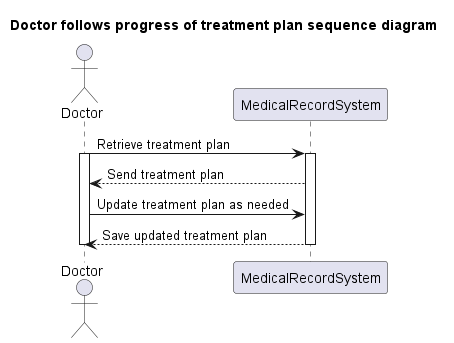
Above: Lab1.2/Sequence diagram/follow progress of treatment plan_seq.png in baonehe/SE357-Pratice-class (PlantUML), before the change. Source of this version:
```plantuml
@startuml
title Doctor follows progress of treatment plan sequence diagram

Actor Doctor
participant MedicalRecordSystem

Doctor -> MedicalRecordSystem : Retrieve treatment plan
activate Doctor
activate MedicalRecordSystem
MedicalRecordSystem --> Doctor : Send treatment plan
Doctor -> MedicalRecordSystem : Update treatment plan as needed
MedicalRecordSystem --> Doctor : Save updated treatment plan
deactivate MedicalRecordSystem
deactivate Doctor
@enduml
```
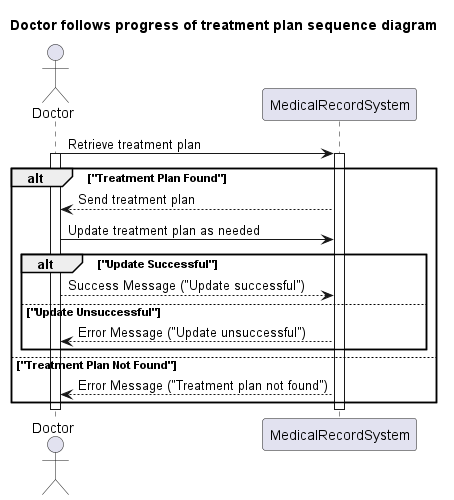
After the change.

Change to the diagram source:
```diff
@@ -1,15 +1,25 @@
 @startuml
 title Doctor follows progress of treatment plan sequence diagram
 
-Actor Doctor
+actor Doctor
 participant MedicalRecordSystem
 
-Doctor -> MedicalRecordSystem : Retrieve treatment plan
-activate Doctor
-activate MedicalRecordSystem
-MedicalRecordSystem --> Doctor : Send treatment plan
-Doctor -> MedicalRecordSystem : Update treatment plan as needed
-MedicalRecordSystem --> Doctor : Save updated treatment plan
-deactivate MedicalRecordSystem
-deactivate Doctor
+
+  Doctor -> MedicalRecordSystem : Retrieve treatment plan
+  activate Doctor
+  activate MedicalRecordSystem
+  alt "Treatment Plan Found"
+    MedicalRecordSystem --> Doctor : Send treatment plan
+    Doctor -> MedicalRecordSystem : Update treatment plan as needed
+    alt "Update Successful"
+      Doctor --> MedicalRecordSystem : Success Message ("Update successful")
+    else "Update Unsuccessful"
+      MedicalRecordSystem --> Doctor : Error Message ("Update unsuccessful")
+    end
+  else "Treatment Plan Not Found"
+    MedicalRecordSystem --> Doctor : Error Message ("Treatment plan not found")
+  end
+  deactivate MedicalRecordSystem
+  deactivate Doctor
+
 @enduml
```
